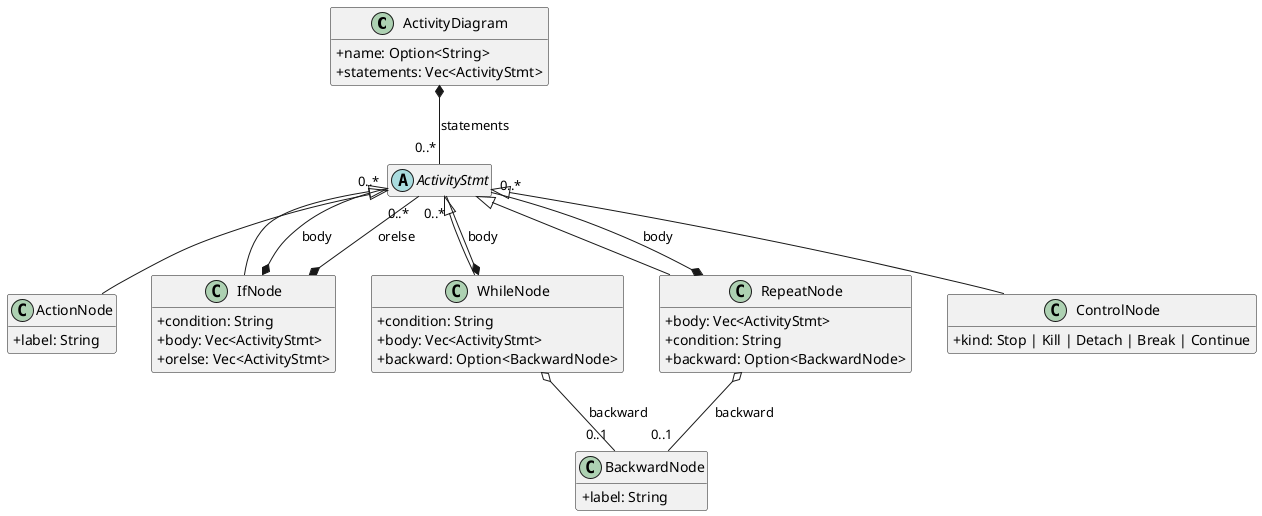
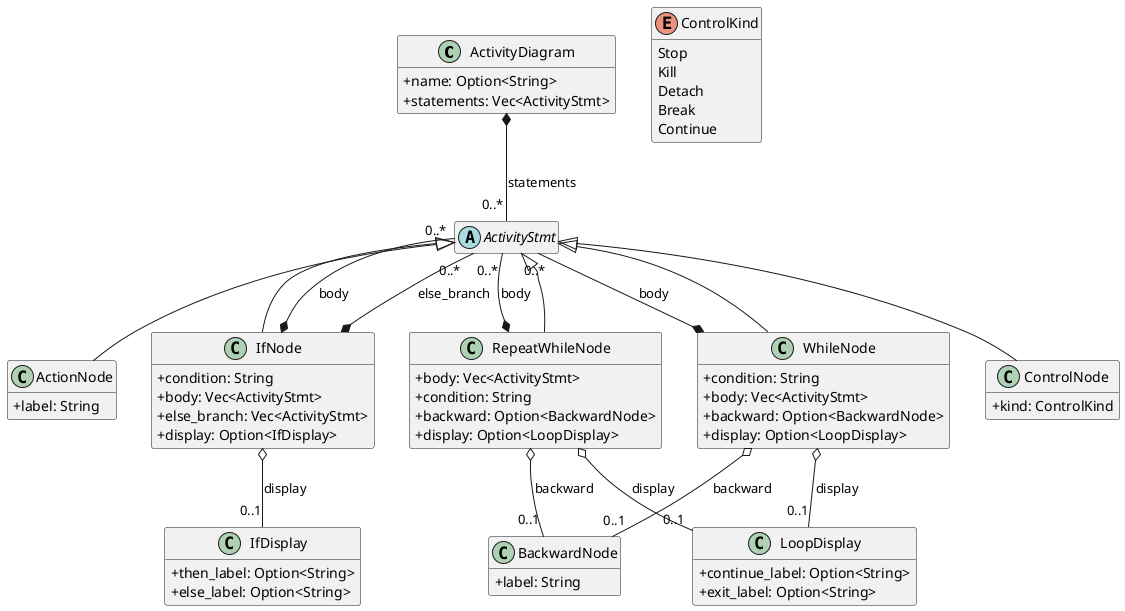
@startuml activity_AST

skinparam classAttributeIconSize 0
hide empty members

class ActivityDiagram {
  +name: Option<String>
  +statements: Vec<ActivityStmt>
+ }
+ 
+ class IfDisplay {
+   +then_label: Option<String>
+   +else_label: Option<String>
+ }
+ 
+ class LoopDisplay {
+   +continue_label: Option<String>
+   +exit_label: Option<String>
}

abstract class ActivityStmt

class ActionNode {
  +label: String
}

class IfNode {
  +condition: String
  +body: Vec<ActivityStmt>
-   +orelse: Vec<ActivityStmt>
+   +else_branch: Vec<ActivityStmt>
+   +display: Option<IfDisplay>
}

class WhileNode {
  +condition: String
  +body: Vec<ActivityStmt>
  +backward: Option<BackwardNode>
+   +display: Option<LoopDisplay>
}

- class RepeatNode {
+ class RepeatWhileNode {
  +body: Vec<ActivityStmt>
  +condition: String
  +backward: Option<BackwardNode>
+   +display: Option<LoopDisplay>
}

class BackwardNode {
  +label: String
}

class ControlNode {
-   +kind: Stop | Kill | Detach | Break | Continue
+   +kind: ControlKind
+ }
+ 
+ enum ControlKind {
+   Stop
+   Kill
+   Detach
+   Break
+   Continue
}

ActivityDiagram *-- "0..*" ActivityStmt : statements

ActivityStmt <|-- ActionNode
ActivityStmt <|-- IfNode
ActivityStmt <|-- WhileNode
- ActivityStmt <|-- RepeatNode
+ ActivityStmt <|-- RepeatWhileNode
ActivityStmt <|-- ControlNode

IfNode *-- "0..*" ActivityStmt : body
- IfNode *-- "0..*" ActivityStmt : orelse
+ IfNode *-- "0..*" ActivityStmt : else_branch
+ IfNode o-- "0..1" IfDisplay : display
WhileNode *-- "0..*" ActivityStmt : body
WhileNode o-- "0..1" BackwardNode : backward
- RepeatNode *-- "0..*" ActivityStmt : body
- RepeatNode o-- "0..1" BackwardNode : backward
+ WhileNode o-- "0..1" LoopDisplay : display
+ RepeatWhileNode *-- "0..*" ActivityStmt : body
+ RepeatWhileNode o-- "0..1" BackwardNode : backward
+ RepeatWhileNode o-- "0..1" LoopDisplay : display

@enduml
